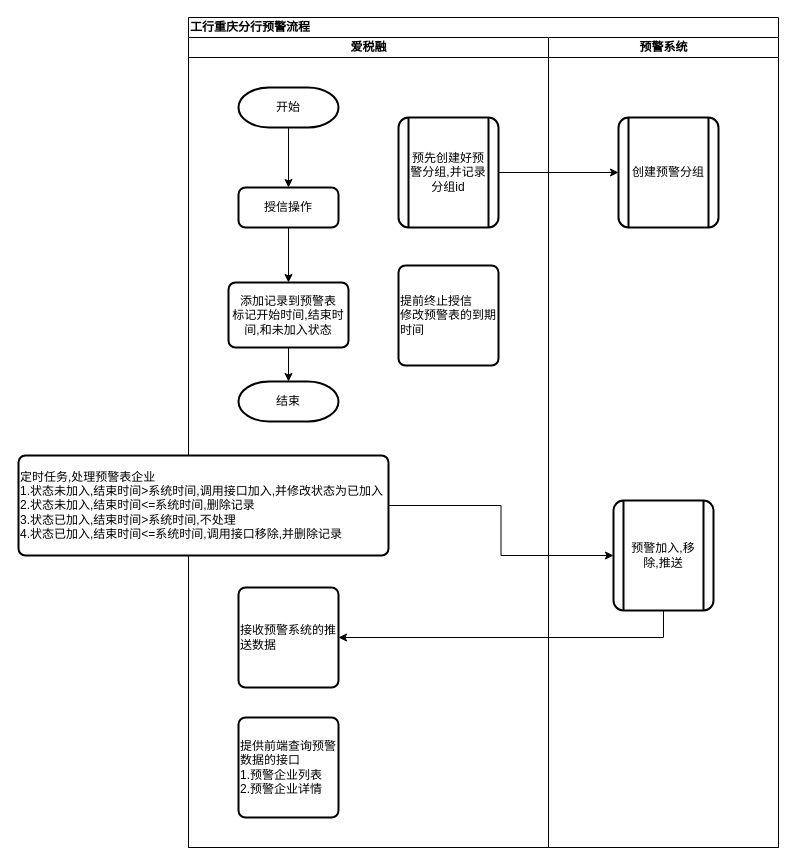
Above: 工行重庆分行预警.drawio in quanqiang-li/draw (draw.io), before the change. Source tidied: cells renumbered, new cells numbered last; positions are measured from the earlier drawing's top-left corner, leaving out a move shared by most shapes. Both pictures are drawn from the tidied source at 100%, with x=0, y=0 at pixel (18, 17).
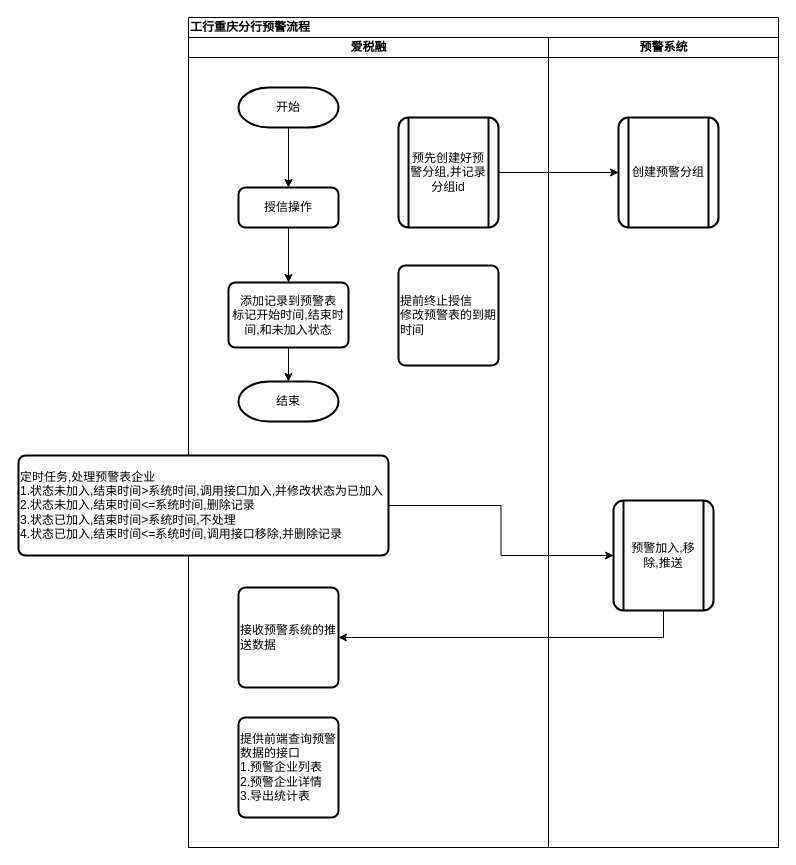
Above is the later version.

Commit message:
更新工行重庆分行预警.drawio

The change refers to these unchanged cells:
```xml
<mxCell id="3" value="爱税融" style="swimlane;html=1;startSize=20;" parent="2" vertex="1">
  <mxGeometry y="20" width="360" height="810" as="geometry" />
</mxCell>
```

Change to the diagram source:
```diff
@@
-    <mxCell id="13" value="提供前端查询预警数据的接口&lt;br&gt;1.预警企业列表&lt;br&gt;2.预警企业详情" style="rounded=1;whiteSpace=wrap;html=1;absoluteArcSize=1;arcSize=14;strokeWidth=2;align=left;" parent="3" vertex="1">
+    <mxCell id="13" value="提供前端查询预警数据的接口&lt;br&gt;1.预警企业列表&lt;br&gt;2.预警企业详情&lt;br&gt;3.导出统计表" style="rounded=1;whiteSpace=wrap;html=1;absoluteArcSize=1;arcSize=14;strokeWidth=2;align=left;" parent="3" vertex="1">
       <mxGeometry x="50" y="680" width="100" height="100" as="geometry" />
     </mxCell>
```
